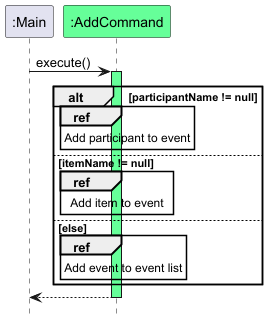
Earlier version of the PlantUML export docs/images/AddCommandSequenceDiagram.png (nus-cs2113-AY2425S1/tp). Source of this version:
```plantuml
@startuml
!include style.puml
hide footbox

participant ":Main" as main
participant ":AddCommand" as command COMMAND_COLOUR

main -> command : execute()
activate command COMMAND_COLOUR

alt participantName != null
    ref over command : Add participant to event
else itemName != null
    ref over command : Add item to event
else else
    ref over command : Add event to event list
end

return


@enduml
```
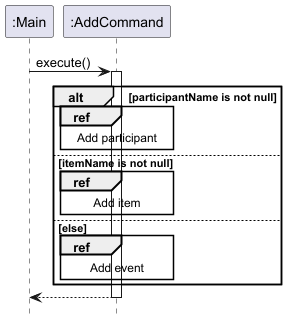
Above is the later version.

What changed in the source:
```diff
@@ -3,17 +3,17 @@
 hide footbox
 
 participant ":Main" as main
-participant ":AddCommand" as command COMMAND_COLOUR
+participant ":AddCommand" as command
 
 main -> command : execute()
-activate command COMMAND_COLOUR
+activate command
 
-alt participantName != null
-    ref over command : Add participant to event
-else itemName != null
-    ref over command : Add item to event
+alt participantName is not null
+    ref over command : Add participant
+else itemName is not null
+    ref over command : Add item
 else else
-    ref over command : Add event to event list
+    ref over command : Add event
 end
 
 return
```
